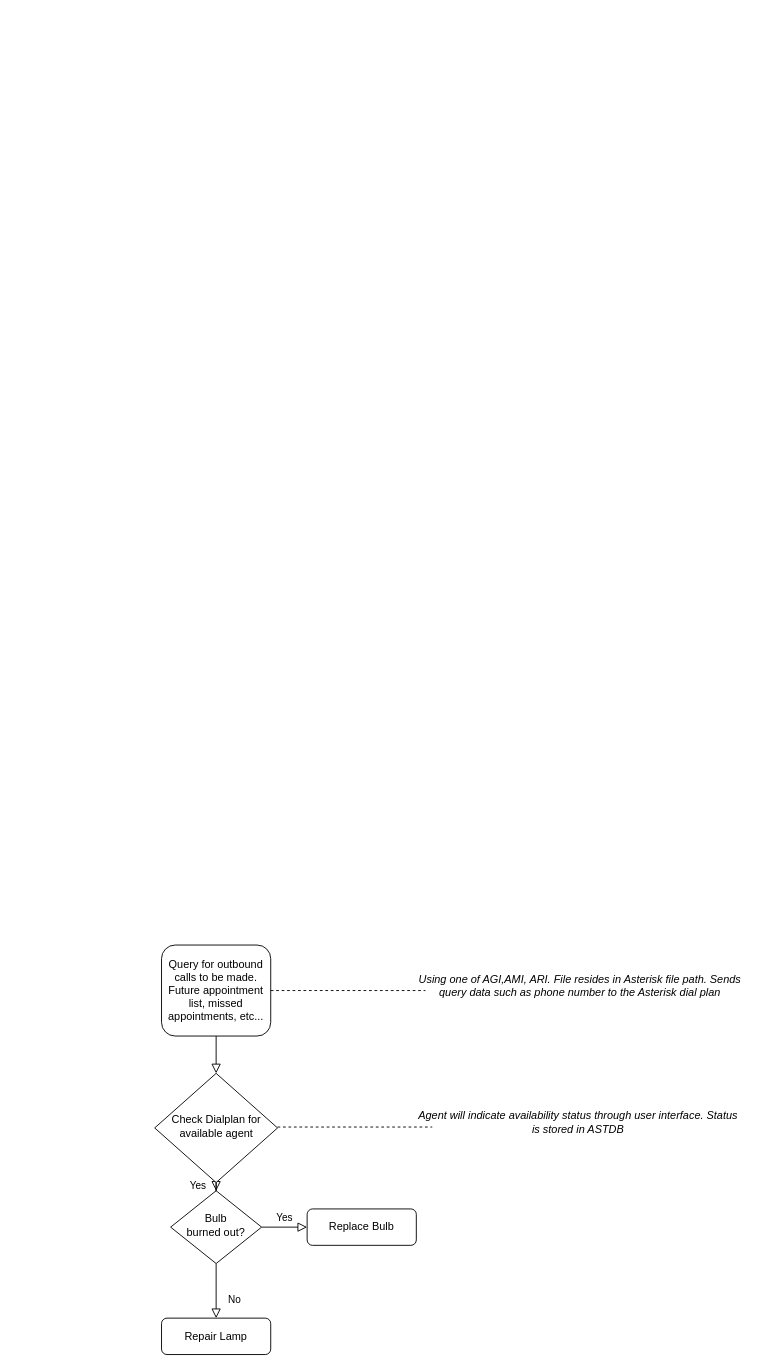
This is Untitled Diagram.drawio from thzaiz/call_ticketing, a draw.io file, before an edit. Source tidied: cells renumbered, new cells numbered last; positions are measured from the earlier drawing's top-left corner, leaving out a move shared by most shapes. Both pictures are drawn from the tidied source at 91%, with x=0, y=0 at pixel (154, 945).
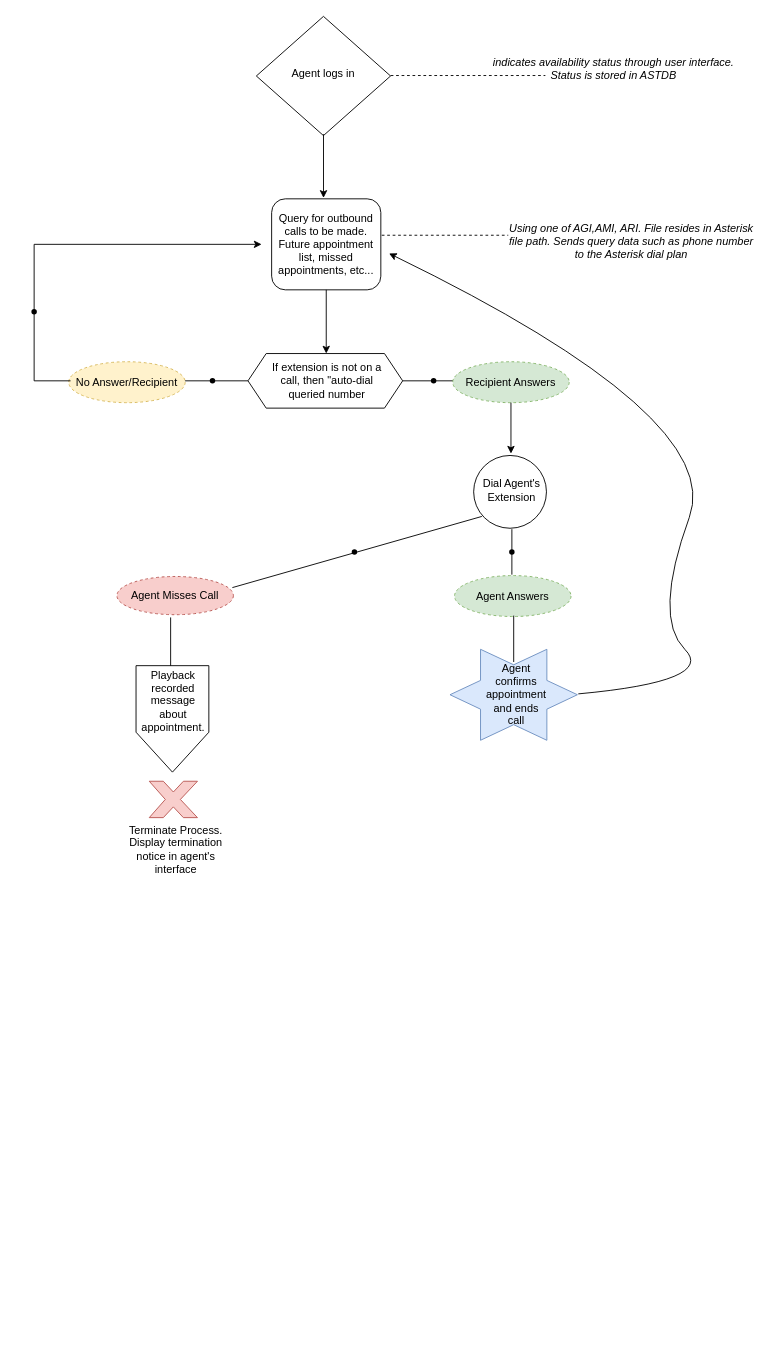
The same diagram, later.

Change to the diagram source:
```diff
@@
-    <mxCell id="2" style="rounded=0;html=1;jettySize=auto;fontSize=11;endArrow=block;endFill=0;endSize=8;strokeWidth=1;shadow=0;labelBackgroundColor=none;edgeStyle=orthogonalEdgeStyle;" parent="1" edge="1" source="3" target="5">
-      <mxGeometry relative="1" as="geometry" />
-    </mxCell>
-    <mxCell id="3" value="Query for outbound calls to be made. Future appointment list, missed appointments, etc..." style="rounded=1;whiteSpace=wrap;html=1;fontSize=12;glass=0;strokeWidth=1;shadow=0;" parent="1" vertex="1">
-      <mxGeometry x="8" width="120" height="100" as="geometry" />
-    </mxCell>
-    <mxCell id="4" value="Yes" style="rounded=0;html=1;jettySize=auto;fontSize=11;endArrow=block;endFill=0;endSize=8;strokeWidth=1;shadow=0;labelBackgroundColor=none;edgeStyle=orthogonalEdgeStyle;" parent="1" edge="1" source="5" target="8">
-      <mxGeometry y="20" relative="1" as="geometry" />
-    </mxCell>
-    <mxCell id="5" value="Check Dialplan for&lt;br&gt;available agent" style="rhombus;whiteSpace=wrap;html=1;shadow=0;fontFamily=Helvetica;fontSize=12;align=center;strokeWidth=1;spacing=6;spacingTop=-4;" parent="1" vertex="1">
-      <mxGeometry x="0.5" y="141" width="135" height="120" as="geometry" />
+    <mxCell id="5" value="Agent logs in" style="rhombus;whiteSpace=wrap;html=1;shadow=0;fontFamily=Helvetica;fontSize=12;align=center;strokeWidth=1;spacing=6;spacingTop=-4;" parent="1" vertex="1">
+      <mxGeometry x="112.2" y="-1020.5" width="147.5" height="131" as="geometry" />
     </mxCell>
-    <mxCell id="6" value="No" style="rounded=0;html=1;jettySize=auto;fontSize=11;endArrow=block;endFill=0;endSize=8;strokeWidth=1;shadow=0;labelBackgroundColor=none;edgeStyle=orthogonalEdgeStyle;" parent="1" edge="1" source="8" target="9">
-      <mxGeometry x="0.33" y="20" relative="1" as="geometry" />
-    </mxCell>
-    <mxCell id="7" value="Yes" style="edgeStyle=orthogonalEdgeStyle;rounded=0;html=1;jettySize=auto;fontSize=11;endArrow=block;endFill=0;endSize=8;strokeWidth=1;shadow=0;labelBackgroundColor=none;" parent="1" edge="1" source="8" target="10">
-      <mxGeometry y="10" relative="1" as="geometry" />
-    </mxCell>
-    <mxCell id="8" value="Bulb&lt;br&gt;burned out?" style="rhombus;whiteSpace=wrap;html=1;shadow=0;fontFamily=Helvetica;fontSize=12;align=center;strokeWidth=1;spacing=6;spacingTop=-4;" parent="1" vertex="1">
-      <mxGeometry x="18" y="270" width="100" height="80" as="geometry" />
-    </mxCell>
-    <mxCell id="9" value="Repair Lamp" style="rounded=1;whiteSpace=wrap;html=1;fontSize=12;glass=0;strokeWidth=1;shadow=0;" parent="1" vertex="1">
-      <mxGeometry x="8" y="410" width="120" height="40" as="geometry" />
-    </mxCell>
-    <mxCell id="10" value="Replace Bulb" style="rounded=1;whiteSpace=wrap;html=1;fontSize=12;glass=0;strokeWidth=1;shadow=0;" parent="1" vertex="1">
-      <mxGeometry x="168" y="290" width="120" height="40" as="geometry" />
-    </mxCell>
-    <mxCell id="11" style="endArrow=none;dashed=1;html=1;rounded=0;exitX=1;exitY=0.5;exitDx=0;exitDy=0;" parent="1" edge="1" source="3">
-      <mxGeometry relative="1" as="geometry">
-        <mxPoint x="298" y="50" as="targetPoint" />
-      </mxGeometry>
-    </mxCell>
     <mxCell id="12" value="&lt;i&gt;Using one of AGI,AMI, ARI. File resides in Asterisk file path. Sends query data such as phone number to the Asterisk dial plan&lt;/i&gt;&lt;br&gt;" style="text;html=1;strokeColor=none;fillColor=none;align=center;verticalAlign=middle;whiteSpace=wrap;rounded=0;" parent="1" vertex="1">
-      <mxGeometry x="288" y="30" width="360" height="30" as="geometry" />
+      <mxGeometry x="385" y="-788" width="279" height="30" as="geometry" />
     </mxCell>
     <mxCell id="13" style="endArrow=none;dashed=1;html=1;rounded=0;exitX=1;exitY=0.5;exitDx=0;exitDy=0;" parent="1" edge="1">
       <mxGeometry relative="1" as="geometry">
-        <mxPoint x="135.5" y="200" as="sourcePoint" />
-        <mxPoint x="305.5" y="200" as="targetPoint" />
+        <mxPoint x="259.8" y="-955.5" as="sourcePoint" />
+        <mxPoint x="429.8" y="-955.5" as="targetPoint" />
       </mxGeometry>
     </mxCell>
-    <mxCell id="14" value="&lt;i&gt;Agent will&amp;nbsp;indicate&amp;nbsp;availability status through user interface. Status is stored in ASTDB&lt;/i&gt;" style="text;html=1;strokeColor=none;fillColor=none;align=center;verticalAlign=middle;whiteSpace=wrap;rounded=0;" parent="1" vertex="1">
-      <mxGeometry x="285.5" y="180" width="360" height="30" as="geometry" />
+    <mxCell id="14" value="&lt;i&gt;indicates availability status through user interface. Status is stored in ASTDB&lt;/i&gt;" style="text;html=1;strokeColor=none;fillColor=none;align=center;verticalAlign=middle;whiteSpace=wrap;rounded=0;" parent="1" vertex="1">
+      <mxGeometry x="355" y="-978" width="300" height="30" as="geometry" />
     </mxCell>
+    <mxCell id="3" value="Query for outbound calls to be made. Future appointment list, missed appointments, etc..." style="rounded=1;whiteSpace=wrap;html=1;fontSize=12;glass=0;strokeWidth=1;shadow=0;" parent="1" vertex="1">
+      <mxGeometry x="129" y="-820" width="120" height="100" as="geometry" />
+    </mxCell>
+    <mxCell id="15" style="endArrow=none;dashed=1;html=1;rounded=0;" parent="1" edge="1">
+      <mxGeometry relative="1" as="geometry">
+        <mxPoint x="250" y="-780" as="sourcePoint" />
+        <mxPoint x="389" y="-780" as="targetPoint" />
+      </mxGeometry>
+    </mxCell>
+    <mxCell id="16" style="endArrow=classic;html=1;rounded=0;" parent="1" edge="1">
+      <mxGeometry relative="1" as="geometry">
+        <mxPoint x="186" y="-891" as="sourcePoint" />
+        <mxPoint x="186" y="-821" as="targetPoint" />
+      </mxGeometry>
+    </mxCell>
+    <mxCell id="17" style="endArrow=classic;html=1;rounded=0;" parent="1" edge="1">
+      <mxGeometry relative="1" as="geometry">
+        <mxPoint x="189" y="-720" as="sourcePoint" />
+        <mxPoint x="189" y="-650" as="targetPoint" />
+      </mxGeometry>
+    </mxCell>
+    <mxCell id="18" style="shape=hexagon;perimeter=hexagonPerimeter2;whiteSpace=wrap;html=1;fixedSize=1;" parent="1" vertex="1">
+      <mxGeometry x="103" y="-650" width="170" height="60" as="geometry" />
+    </mxCell>
+    <mxCell id="19" value="If extension is not on a call, then &quot;auto-dial queried number" style="text;html=1;strokeColor=none;fillColor=none;align=center;verticalAlign=middle;whiteSpace=wrap;rounded=0;" parent="1" vertex="1">
+      <mxGeometry x="120" y="-635" width="140" height="30" as="geometry" />
+    </mxCell>
+    <mxCell id="20" style="line;strokeWidth=1;dashed=0;labelPosition=right;align=left;verticalAlign=middle;spacingTop=0;spacingLeft=6;" parent="1" vertex="1">
+      <mxGeometry x="28" y="-625" width="75" height="10" as="geometry" />
+    </mxCell>
+    <mxCell id="21" style="line;strokeWidth=1;dashed=0;labelPosition=right;align=left;verticalAlign=middle;spacingTop=0;spacingLeft=6;" parent="1" vertex="1">
+      <mxGeometry x="273" y="-625" width="60" height="10" as="geometry" />
+    </mxCell>
+    <mxCell id="22" value="No Answer/Recipient" style="ellipse;whiteSpace=wrap;html=1;align=center;dashed=1;fillColor=#fff2cc;strokeColor=#d6b656;" parent="1" vertex="1">
+      <mxGeometry x="-94" y="-641" width="128" height="45" as="geometry" />
+    </mxCell>
+    <mxCell id="23" style="edgeStyle=segmentEdgeStyle;endArrow=classic;html=1;rounded=0;" parent="1" edge="1">
+      <mxGeometry relative="1" as="geometry">
+        <mxPoint x="-92" y="-620" as="sourcePoint" />
+        <mxPoint x="118" y="-770" as="targetPoint" />
+        <Array as="points">
+          <mxPoint x="-92" y="-620" />
+          <mxPoint x="-132" y="-620" />
+          <mxPoint x="-132" y="-770" />
+        </Array>
+      </mxGeometry>
+    </mxCell>
+    <mxCell id="24" style="shape=waypoint;sketch=0;fillStyle=solid;size=6;fillColor=none;perimeter=centerPerimeter;" parent="1" vertex="1">
+      <mxGeometry x="-152" y="-716" width="40" height="40" as="geometry" />
+    </mxCell>
+    <mxCell id="25" style="shape=waypoint;sketch=0;fillStyle=solid;size=6;fillColor=none;perimeter=centerPerimeter;" parent="1" vertex="1">
+      <mxGeometry x="287" y="-640" width="40" height="40" as="geometry" />
+    </mxCell>
+    <mxCell id="26" style="shape=waypoint;sketch=0;fillStyle=solid;size=6;fillColor=none;perimeter=centerPerimeter;" parent="1" vertex="1">
+      <mxGeometry x="44" y="-640" width="40" height="40" as="geometry" />
+    </mxCell>
+    <mxCell id="27" value="Recipient Answers" style="ellipse;whiteSpace=wrap;html=1;align=center;dashed=1;fillColor=#d5e8d4;strokeColor=#82b366;" parent="1" vertex="1">
+      <mxGeometry x="328" y="-641" width="128" height="45" as="geometry" />
+    </mxCell>
+    <mxCell id="28" style="endArrow=classic;html=1;rounded=0;" parent="1" edge="1" source="27">
+      <mxGeometry relative="1" as="geometry">
+        <mxPoint x="392" y="-540" as="targetPoint" />
+      </mxGeometry>
+    </mxCell>
+    <mxCell id="29" style="ellipse;whiteSpace=wrap;html=1;" parent="1" vertex="1">
+      <mxGeometry x="351" y="-538" width="80" height="80" as="geometry" />
+    </mxCell>
+    <mxCell id="30" value="Dial Agent's Extension" style="text;html=1;strokeColor=none;fillColor=none;align=center;verticalAlign=middle;whiteSpace=wrap;rounded=0;" parent="1" vertex="1">
+      <mxGeometry x="348" y="-520" width="90" height="40" as="geometry" />
+    </mxCell>
+    <mxCell id="31" value="Agent Answers" style="ellipse;whiteSpace=wrap;html=1;align=center;dashed=1;fillColor=#d5e8d4;strokeColor=#82b366;" parent="1" vertex="1">
+      <mxGeometry x="330" y="-406" width="128" height="45" as="geometry" />
+    </mxCell>
+    <mxCell id="32" style="endArrow=none;html=1;rounded=0;" parent="1" edge="1">
+      <mxGeometry relative="1" as="geometry">
+        <mxPoint x="393" y="-407" as="sourcePoint" />
+        <mxPoint x="393" y="-457" as="targetPoint" />
+      </mxGeometry>
+    </mxCell>
+    <mxCell id="33" style="text;html=1;align=center;verticalAlign=middle;strokeColor=none;fillColor=none;" parent="1" vertex="1">
+      <mxGeometry x="338" y="-610" width="20" height="20" as="geometry" />
+    </mxCell>
+    <mxCell id="34" style="shape=waypoint;sketch=0;fillStyle=solid;size=6;fillColor=none;perimeter=centerPerimeter;" parent="1" vertex="1">
+      <mxGeometry x="373" y="-452" width="40" height="40" as="geometry" />
+    </mxCell>
+    <mxCell id="35" style="endArrow=none;html=1;rounded=0;exitX=0.991;exitY=0.291;exitDx=0;exitDy=0;exitPerimeter=0;" parent="1" edge="1" source="36">
+      <mxGeometry relative="1" as="geometry">
+        <mxPoint x="360" y="-471" as="targetPoint" />
+      </mxGeometry>
+    </mxCell>
+    <mxCell id="36" value="Agent Misses Call" style="ellipse;whiteSpace=wrap;html=1;align=center;dashed=1;fillColor=#f8cecc;strokeColor=#b85450;" parent="1" vertex="1">
+      <mxGeometry x="-41" y="-405" width="128" height="42" as="geometry" />
+    </mxCell>
+    <mxCell id="37" style="shape=waypoint;sketch=0;fillStyle=solid;size=6;fillColor=none;perimeter=centerPerimeter;" parent="1" vertex="1">
+      <mxGeometry x="200" y="-452" width="40" height="40" as="geometry" />
+    </mxCell>
+    <mxCell id="38" style="verticalLabelPosition=bottom;verticalAlign=top;html=1;shape=mxgraph.basic.6_point_star;fillColor=#dae8fc;strokeColor=#6c8ebf;" parent="1" vertex="1">
+      <mxGeometry x="325" y="-325" width="140" height="100" as="geometry" />
+    </mxCell>
+    <mxCell id="39" value="Agent confirms appointment and ends call" style="text;html=1;strokeColor=none;fillColor=none;align=center;verticalAlign=middle;whiteSpace=wrap;rounded=0;" parent="1" vertex="1">
+      <mxGeometry x="368" y="-290" width="60" height="30" as="geometry" />
+    </mxCell>
+    <mxCell id="40" style="endArrow=none;html=1;rounded=0;" parent="1" edge="1">
+      <mxGeometry relative="1" as="geometry">
+        <mxPoint x="395" y="-311" as="sourcePoint" />
+        <mxPoint x="395" y="-362" as="targetPoint" />
+      </mxGeometry>
+    </mxCell>
+    <mxCell id="41" style="curved=1;endArrow=classic;html=1;rounded=0;" parent="1" edge="1">
+      <mxGeometry relative="1" as="geometry">
+        <mxPoint x="466" y="-276" as="sourcePoint" />
+        <mxPoint x="258" y="-760" as="targetPoint" />
+        <Array as="points">
+          <mxPoint x="618" y="-290" />
+          <mxPoint x="548" y="-360" />
+          <mxPoint x="628" y="-580" />
+        </Array>
+      </mxGeometry>
+    </mxCell>
+    <mxCell id="42" style="endArrow=none;html=1;rounded=0;" parent="1" edge="1">
+      <mxGeometry relative="1" as="geometry">
+        <mxPoint x="18" y="-290" as="sourcePoint" />
+        <mxPoint x="18" y="-360" as="targetPoint" />
+      </mxGeometry>
+    </mxCell>
+    <mxCell id="43" style="shape=offPageConnector;whiteSpace=wrap;html=1;" parent="1" vertex="1">
+      <mxGeometry x="-20" y="-307" width="80" height="117" as="geometry" />
+    </mxCell>
+    <mxCell id="44" value="Playback recorded message about appointment.&lt;br&gt;" style="text;html=1;strokeColor=none;fillColor=none;align=center;verticalAlign=middle;whiteSpace=wrap;rounded=0;" parent="1" vertex="1">
+      <mxGeometry x="-8" y="-279" width="58" height="22" as="geometry" />
+    </mxCell>
+    <mxCell id="45" style="verticalLabelPosition=bottom;verticalAlign=top;html=1;shape=mxgraph.basic.x;fillColor=#f8cecc;strokeColor=#b85450;" parent="1" vertex="1">
+      <mxGeometry x="-5.5" y="-180" width="53" height="40" as="geometry" />
+    </mxCell>
+    <mxCell id="46" value="Terminate Process. Display termination notice in agent's interface" style="text;html=1;strokeColor=none;fillColor=none;align=center;verticalAlign=middle;whiteSpace=wrap;rounded=0;" parent="1" vertex="1">
+      <mxGeometry x="-36" y="-120" width="120" height="30" as="geometry" />
+    </mxCell>
```
